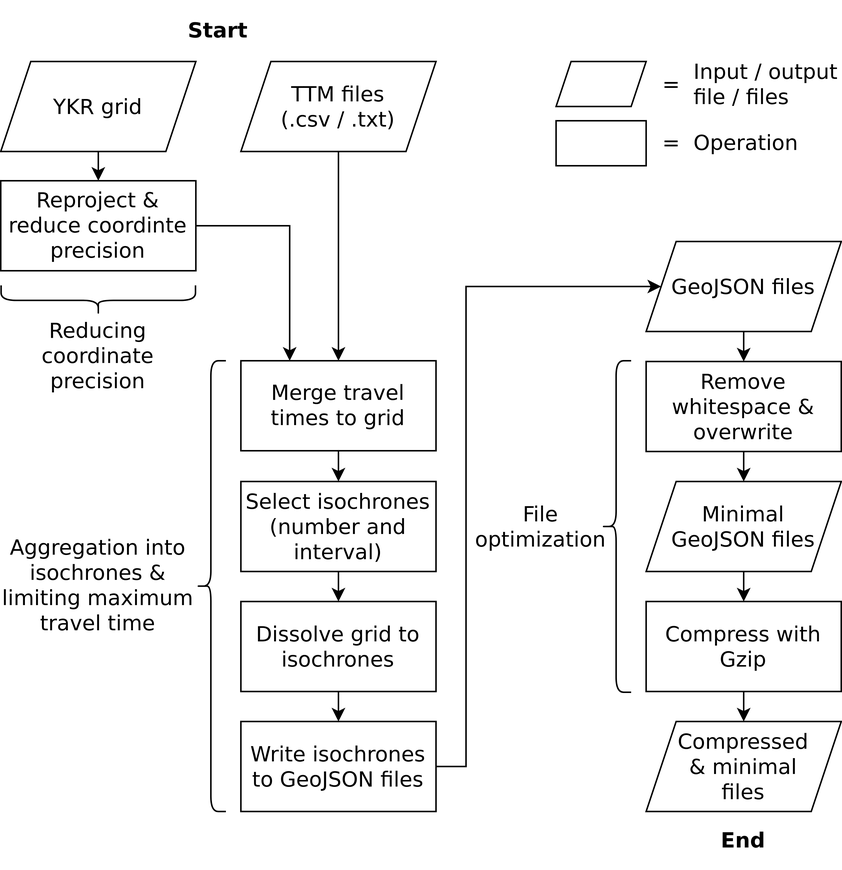
Earlier version of the draw.io export thesis/visual/figures/diagrams/preprocessing.png (eemilhaa/thesis). Source tidied: cells renumbered, new cells last; positions are measured from the earlier drawing's top-left corner, leaving out a move shared by most shapes.
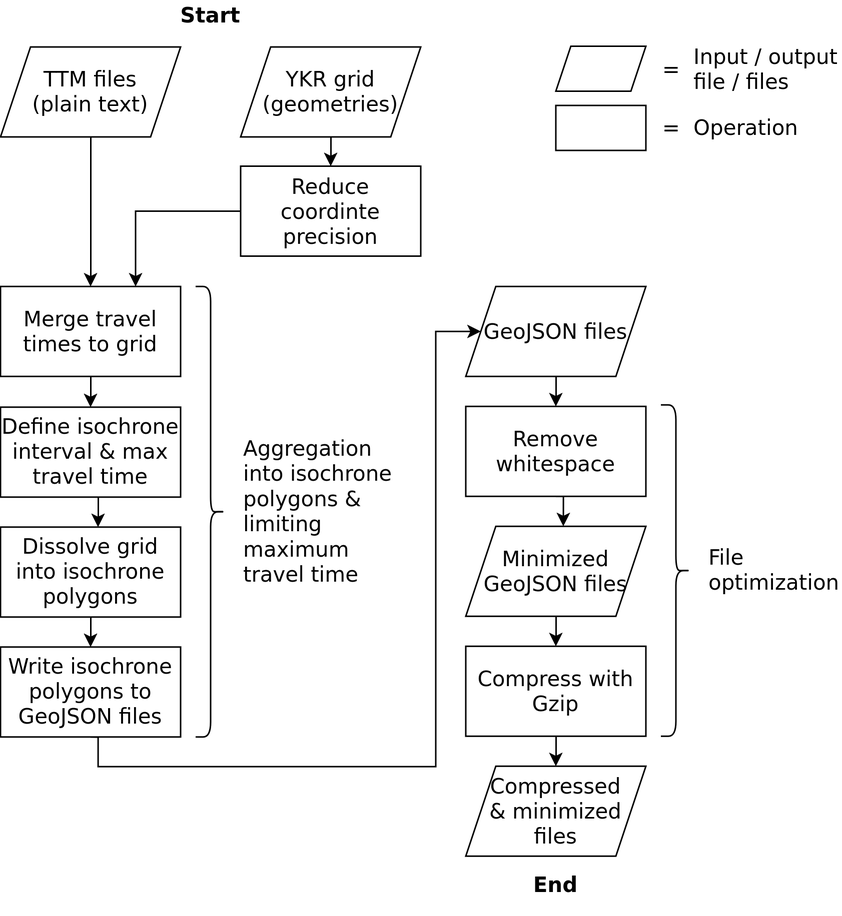
The same diagram one commit later.

Diff of the diagram source:
```diff
@@ -2,126 +2,125 @@
   <root>
     <mxCell id="0" />
     <mxCell id="1" parent="0" />
+    <mxCell id="39" style="rounded=0;whiteSpace=wrap;html=1;strokeColor=none;" parent="1" vertex="1">
+      <mxGeometry width="560" height="610" as="geometry" />
+    </mxCell>
     <mxCell id="2" style="edgeStyle=orthogonalEdgeStyle;rounded=0;jettySize=auto;html=1;exitX=0.5;exitY=1;exitDx=0;exitDy=0;entryX=0.5;entryY=0;entryDx=0;entryDy=0;fontFamily=Dejavu sans;" parent="1" edge="1" source="3" target="5">
       <mxGeometry relative="1" as="geometry" />
     </mxCell>
-    <mxCell id="3" value="YKR grid" style="shape=parallelogram;perimeter=parallelogramPerimeter;whiteSpace=wrap;html=1;fixedSize=1;fontFamily=Dejavu sans;fontSize=14;" parent="1" vertex="1">
-      <mxGeometry y="40.5" width="130" height="60" as="geometry" />
+    <mxCell id="3" value="&lt;div&gt;YKR grid&lt;/div&gt;&lt;div&gt;(geometries)&lt;br&gt;&lt;/div&gt;" style="shape=parallelogram;perimeter=parallelogramPerimeter;whiteSpace=wrap;html=1;fixedSize=1;fontFamily=Dejavu sans;fontSize=14;" parent="1" vertex="1">
+      <mxGeometry x="160" y="31" width="120" height="60" as="geometry" />
     </mxCell>
-    <mxCell id="4" style="edgeStyle=orthogonalEdgeStyle;rounded=0;jettySize=auto;html=1;exitX=1;exitY=0.5;exitDx=0;exitDy=0;entryX=0.25;entryY=0;entryDx=0;entryDy=0;fontFamily=Dejavu sans;" parent="1" edge="1" source="5" target="8">
+    <mxCell id="4" style="edgeStyle=orthogonalEdgeStyle;rounded=0;jettySize=auto;html=1;exitX=0;exitY=0.5;exitDx=0;exitDy=0;entryX=0.75;entryY=0;entryDx=0;entryDy=0;" parent="1" edge="1" source="5" target="8">
       <mxGeometry relative="1" as="geometry" />
     </mxCell>
-    <mxCell id="5" value="Reproject &amp;amp; reduce coordinte precision" style="rounded=0;whiteSpace=wrap;html=1;fontFamily=Dejavu sans;shadow=0;fontSize=14;" parent="1" vertex="1">
-      <mxGeometry y="120" width="130" height="60" as="geometry" />
+    <mxCell id="5" value="Reduce coordinte precision" style="rounded=0;whiteSpace=wrap;html=1;fontFamily=Dejavu sans;shadow=0;fontSize=14;" parent="1" vertex="1">
+      <mxGeometry x="160" y="110.5" width="120" height="60" as="geometry" />
     </mxCell>
     <mxCell id="6" style="edgeStyle=orthogonalEdgeStyle;rounded=0;orthogonalLoop=1;jettySize=auto;html=1;exitX=0.5;exitY=1;exitDx=0;exitDy=0;entryX=0.5;entryY=0;entryDx=0;entryDy=0;fontFamily=Dejavu sans;" parent="1" edge="1">
       <mxGeometry relative="1" as="geometry">
-        <mxPoint x="225" y="380.5" as="sourcePoint" />
-        <mxPoint x="225" y="400.5" as="targetPoint" />
+        <mxPoint x="65" y="331.3" as="sourcePoint" />
+        <mxPoint x="65" y="351.3" as="targetPoint" />
       </mxGeometry>
     </mxCell>
     <mxCell id="7" style="edgeStyle=orthogonalEdgeStyle;rounded=0;jettySize=auto;html=1;exitX=0.5;exitY=1;exitDx=0;exitDy=0;entryX=0.5;entryY=0;entryDx=0;entryDy=0;" parent="1" edge="1" source="8" target="35">
       <mxGeometry relative="1" as="geometry" />
     </mxCell>
     <mxCell id="8" value="Merge travel times to grid" style="rounded=0;whiteSpace=wrap;html=1;fontFamily=Dejavu sans;shadow=0;fontSize=14;" parent="1" vertex="1">
-      <mxGeometry x="160" y="240" width="130" height="60" as="geometry" />
+      <mxGeometry y="190.8" width="120" height="60" as="geometry" />
     </mxCell>
-    <mxCell id="9" style="edgeStyle=orthogonalEdgeStyle;rounded=0;jettySize=auto;html=1;exitX=0.5;exitY=1;exitDx=0;exitDy=0;entryX=0.5;entryY=0;entryDx=0;entryDy=0;fontFamily=Dejavu sans;" parent="1" edge="1" source="10" target="8">
+    <mxCell id="9" style="edgeStyle=orthogonalEdgeStyle;rounded=0;jettySize=auto;html=1;exitX=0.5;exitY=1;exitDx=0;exitDy=0;entryX=0.5;entryY=0;entryDx=0;entryDy=0;" parent="1" edge="1" source="10" target="8">
       <mxGeometry relative="1" as="geometry" />
     </mxCell>
-    <mxCell id="10" value="&lt;div style=&quot;font-size: 14px;&quot;&gt;&lt;font style=&quot;font-size: 14px;&quot;&gt;TTM files&lt;/font&gt;&lt;/div&gt;&lt;div style=&quot;font-size: 14px;&quot;&gt;&lt;font style=&quot;font-size: 14px;&quot;&gt;(.csv / .txt)&lt;br&gt;&lt;/font&gt;&lt;/div&gt;" style="shape=parallelogram;perimeter=parallelogramPerimeter;whiteSpace=wrap;html=1;fixedSize=1;fontFamily=Dejavu sans;" parent="1" vertex="1">
-      <mxGeometry x="160" y="40.5" width="130" height="60" as="geometry" />
+    <mxCell id="10" value="&lt;div style=&quot;font-size: 14px;&quot;&gt;&lt;font style=&quot;font-size: 14px;&quot;&gt;TTM files&lt;/font&gt;&lt;/div&gt;&lt;div style=&quot;font-size: 14px;&quot;&gt;&lt;font style=&quot;font-size: 14px;&quot;&gt;(plain text)&lt;br&gt;&lt;/font&gt;&lt;/div&gt;" style="shape=parallelogram;perimeter=parallelogramPerimeter;whiteSpace=wrap;html=1;fixedSize=1;fontFamily=Dejavu sans;" parent="1" vertex="1">
+      <mxGeometry y="31" width="120" height="60" as="geometry" />
     </mxCell>
     <mxCell id="11" style="edgeStyle=orthogonalEdgeStyle;rounded=0;jettySize=auto;html=1;exitX=0.5;exitY=1;exitDx=0;exitDy=0;entryX=0.5;entryY=0;entryDx=0;entryDy=0;fontFamily=Dejavu sans;" parent="1" edge="1" source="12" target="19">
       <mxGeometry relative="1" as="geometry" />
     </mxCell>
     <mxCell id="12" value="GeoJSON files" style="shape=parallelogram;perimeter=parallelogramPerimeter;whiteSpace=wrap;html=1;fixedSize=1;fontFamily=Dejavu sans;fontSize=14;" parent="1" vertex="1">
-      <mxGeometry x="430" y="160.5" width="130" height="60" as="geometry" />
+      <mxGeometry x="310" y="190.8" width="120" height="60" as="geometry" />
     </mxCell>
     <mxCell id="13" style="edgeStyle=orthogonalEdgeStyle;rounded=0;jettySize=auto;html=1;exitX=0.5;exitY=1;exitDx=0;exitDy=0;entryX=0.5;entryY=0;entryDx=0;entryDy=0;fontFamily=Dejavu sans;" parent="1" edge="1" source="14" target="17">
       <mxGeometry relative="1" as="geometry" />
     </mxCell>
-    <mxCell id="14" value="Dissolve grid to isochrones" style="rounded=0;whiteSpace=wrap;html=1;fontFamily=Dejavu sans;shadow=0;fontSize=14;" parent="1" vertex="1">
-      <mxGeometry x="160" y="400.5" width="130" height="60" as="geometry" />
+    <mxCell id="14" value="Dissolve grid into isochrone polygons" style="rounded=0;whiteSpace=wrap;html=1;fontFamily=Dejavu sans;shadow=0;fontSize=14;" parent="1" vertex="1">
+      <mxGeometry y="351.3" width="120" height="60" as="geometry" />
     </mxCell>
-    <mxCell id="15" value="Aggregation into isochrones &amp;amp; limiting maximum travel time" style="text;html=1;strokeColor=none;fillColor=none;align=center;verticalAlign=middle;whiteSpace=wrap;rounded=0;fontFamily=Dejavu sans;fontSize=14;" parent="1" vertex="1">
-      <mxGeometry y="362.8" width="130" height="55" as="geometry" />
+    <mxCell id="15" value="Aggregation into isochrone polygons &amp;amp; limiting maximum travel time" style="text;html=1;strokeColor=none;fillColor=none;align=left;verticalAlign=middle;whiteSpace=wrap;rounded=0;fontFamily=Dejavu sans;fontSize=14;" parent="1" vertex="1">
+      <mxGeometry x="160" y="301" width="110" height="80" as="geometry" />
     </mxCell>
-    <mxCell id="16" style="edgeStyle=orthogonalEdgeStyle;rounded=0;jettySize=auto;html=1;exitX=1;exitY=0.5;exitDx=0;exitDy=0;entryX=0;entryY=0.5;entryDx=0;entryDy=0;fontFamily=Dejavu sans;" parent="1" edge="1" source="17" target="12">
+    <mxCell id="16" style="edgeStyle=orthogonalEdgeStyle;rounded=0;jettySize=auto;html=1;exitX=0.5;exitY=1;exitDx=0;exitDy=0;entryX=0;entryY=0.5;entryDx=0;entryDy=0;" parent="1" edge="1" source="17" target="12">
       <mxGeometry relative="1" as="geometry">
         <Array as="points">
-          <mxPoint x="310" y="510" />
-          <mxPoint x="310" y="190" />
+          <mxPoint x="65" y="491" />
+          <mxPoint x="65" y="511" />
+          <mxPoint x="290" y="511" />
+          <mxPoint x="290" y="221" />
         </Array>
       </mxGeometry>
     </mxCell>
-    <mxCell id="17" value="Write isochrones to GeoJSON files" style="rounded=0;whiteSpace=wrap;html=1;fontFamily=Dejavu sans;shadow=0;fontSize=14;" parent="1" vertex="1">
-      <mxGeometry x="160" y="480.5" width="130" height="60" as="geometry" />
+    <mxCell id="17" value="Write isochrone polygons to GeoJSON files" style="rounded=0;whiteSpace=wrap;html=1;fontFamily=Dejavu sans;shadow=0;fontSize=14;" parent="1" vertex="1">
+      <mxGeometry y="431.2" width="120" height="60" as="geometry" />
     </mxCell>
     <mxCell id="18" style="edgeStyle=orthogonalEdgeStyle;rounded=0;jettySize=auto;html=1;exitX=0.5;exitY=1;exitDx=0;exitDy=0;entryX=0.5;entryY=0;entryDx=0;entryDy=0;fontFamily=Dejavu sans;" parent="1" edge="1" source="19">
       <mxGeometry relative="1" as="geometry">
-        <mxPoint x="495" y="320.5" as="targetPoint" />
+        <mxPoint x="375" y="350.8" as="targetPoint" />
       </mxGeometry>
     </mxCell>
-    <mxCell id="19" value="Remove whitespace &amp;amp; overwrite " style="rounded=0;whiteSpace=wrap;html=1;fontFamily=Dejavu sans;shadow=0;fontSize=14;align=center;" parent="1" vertex="1">
-      <mxGeometry x="430" y="240.5" width="130" height="60" as="geometry" />
+    <mxCell id="19" value="Remove whitespace" style="rounded=0;whiteSpace=wrap;html=1;fontFamily=Dejavu sans;shadow=0;fontSize=14;align=center;" parent="1" vertex="1">
+      <mxGeometry x="310" y="270.8" width="120" height="60" as="geometry" />
     </mxCell>
-    <mxCell id="20" style="shape=curlyBracket;whiteSpace=wrap;html=1;rounded=1;labelPosition=left;verticalLabelPosition=middle;align=right;verticalAlign=middle;fontFamily=Dejavu sans;" parent="1" vertex="1">
-      <mxGeometry x="130" y="240" width="20" height="300.5" as="geometry" />
+    <mxCell id="20" style="shape=curlyBracket;whiteSpace=wrap;html=1;rounded=1;labelPosition=left;verticalLabelPosition=middle;align=right;verticalAlign=middle;fontFamily=Dejavu sans;rotation=-180;" parent="1" vertex="1">
+      <mxGeometry x="130" y="190.8" width="20" height="300.5" as="geometry" />
     </mxCell>
     <mxCell id="21" style="edgeStyle=orthogonalEdgeStyle;rounded=0;jettySize=auto;html=1;exitX=0.5;exitY=1;exitDx=0;exitDy=0;entryX=0.5;entryY=0;entryDx=0;entryDy=0;fontFamily=Dejavu sans;" parent="1" edge="1" source="22" target="25">
       <mxGeometry relative="1" as="geometry" />
     </mxCell>
     <mxCell id="22" value="Compress with Gzip" style="rounded=0;whiteSpace=wrap;html=1;fontFamily=Dejavu sans;shadow=0;fontSize=14;" parent="1" vertex="1">
-      <mxGeometry x="430" y="400.5" width="130" height="60" as="geometry" />
+      <mxGeometry x="310" y="430.8" width="120" height="60" as="geometry" />
     </mxCell>
     <mxCell id="23" style="edgeStyle=orthogonalEdgeStyle;rounded=0;jettySize=auto;html=1;exitX=0.5;exitY=1;exitDx=0;exitDy=0;entryX=0.5;entryY=0;entryDx=0;entryDy=0;fontFamily=Dejavu sans;" parent="1" edge="1" source="24" target="22">
       <mxGeometry relative="1" as="geometry" />
     </mxCell>
-    <mxCell id="24" value="&lt;div&gt;Minimal&lt;/div&gt;&lt;div&gt;GeoJSON files&lt;br&gt;&lt;/div&gt;" style="shape=parallelogram;perimeter=parallelogramPerimeter;whiteSpace=wrap;html=1;fixedSize=1;fontFamily=Dejavu sans;fontSize=14;" parent="1" vertex="1">
-      <mxGeometry x="430" y="320.5" width="130" height="60" as="geometry" />
+    <mxCell id="24" value="&lt;div&gt;Minimized&lt;/div&gt;&lt;div&gt;GeoJSON files&lt;br&gt;&lt;/div&gt;" style="shape=parallelogram;perimeter=parallelogramPerimeter;whiteSpace=wrap;html=1;fixedSize=1;fontFamily=Dejavu sans;fontSize=14;" parent="1" vertex="1">
+      <mxGeometry x="310" y="350.8" width="120" height="60" as="geometry" />
     </mxCell>
-    <mxCell id="25" value="&lt;div&gt;Compressed&lt;/div&gt;&lt;div&gt;&amp;amp; minimal&lt;/div&gt;&lt;div&gt;files&lt;br&gt;&lt;/div&gt;" style="shape=parallelogram;perimeter=parallelogramPerimeter;whiteSpace=wrap;html=1;fixedSize=1;fontFamily=Dejavu sans;fontSize=14;" parent="1" vertex="1">
-      <mxGeometry x="430" y="480.5" width="130" height="60" as="geometry" />
+    <mxCell id="25" value="&lt;div&gt;Compressed&lt;/div&gt;&lt;div&gt;&amp;amp; minimized&lt;/div&gt;&lt;div&gt;files&lt;br&gt;&lt;/div&gt;" style="shape=parallelogram;perimeter=parallelogramPerimeter;whiteSpace=wrap;html=1;fixedSize=1;fontFamily=Dejavu sans;fontSize=14;" parent="1" vertex="1">
+      <mxGeometry x="310" y="510.8" width="120" height="60" as="geometry" />
     </mxCell>
     <mxCell id="26" style="shape=parallelogram;perimeter=parallelogramPerimeter;whiteSpace=wrap;html=1;fixedSize=1;fontFamily=Dejavu sans;size=10;" parent="1" vertex="1">
-      <mxGeometry x="370" y="40.5" width="60" height="30" as="geometry" />
+      <mxGeometry x="370" y="30.5" width="60" height="30" as="geometry" />
     </mxCell>
     <mxCell id="27" style="rounded=0;whiteSpace=wrap;html=1;fontFamily=Dejavu sans;shadow=0;fontSize=14;" parent="1" vertex="1">
-      <mxGeometry x="370" y="80" width="60" height="30" as="geometry" />
+      <mxGeometry x="370" y="70" width="60" height="30" as="geometry" />
     </mxCell>
     <mxCell id="28" value="&lt;div&gt;Input / output&lt;/div&gt;&lt;div&gt;file / files&lt;/div&gt;" style="text;html=1;strokeColor=none;fillColor=none;align=left;verticalAlign=middle;whiteSpace=wrap;rounded=0;fontSize=14;fontFamily=Dejavu sans;" parent="1" vertex="1">
-      <mxGeometry x="460" y="41" width="100" height="30" as="geometry" />
+      <mxGeometry x="460" y="31" width="100" height="30" as="geometry" />
     </mxCell>
     <mxCell id="29" value="Operation" style="text;html=1;strokeColor=none;fillColor=none;align=left;verticalAlign=middle;whiteSpace=wrap;rounded=0;fontSize=14;fontFamily=Dejavu sans;" parent="1" vertex="1">
-      <mxGeometry x="460" y="80" width="100" height="30" as="geometry" />
+      <mxGeometry x="460" y="70" width="100" height="30" as="geometry" />
     </mxCell>
-    <mxCell id="30" style="shape=curlyBracket;whiteSpace=wrap;html=1;rounded=1;labelPosition=left;verticalLabelPosition=middle;align=right;verticalAlign=middle;rotation=0;fontFamily=Dejavu sans;" parent="1" vertex="1">
-      <mxGeometry x="400" y="240" width="20" height="221" as="geometry" />
+    <mxCell id="30" style="shape=curlyBracket;whiteSpace=wrap;html=1;rounded=1;labelPosition=left;verticalLabelPosition=middle;align=right;verticalAlign=middle;rotation=-180;fontFamily=Dejavu sans;" parent="1" vertex="1">
+      <mxGeometry x="440" y="269.8" width="20" height="221" as="geometry" />
     </mxCell>
     <mxCell id="31" value="Start" style="text;html=1;strokeColor=none;fillColor=none;align=center;verticalAlign=middle;whiteSpace=wrap;rounded=0;fontSize=14;fontStyle=1;fontFamily=Dejavu sans;" parent="1" vertex="1">
-      <mxGeometry width="290" height="40" as="geometry" />
+      <mxGeometry width="280" height="20" as="geometry" />
     </mxCell>
     <mxCell id="32" value="End" style="text;html=1;strokeColor=none;fillColor=none;align=center;verticalAlign=middle;whiteSpace=wrap;rounded=0;fontSize=14;fontStyle=1;fontFamily=Dejavu sans;" parent="1" vertex="1">
-      <mxGeometry x="430" y="540.5" width="130" height="39.5" as="geometry" />
+      <mxGeometry x="310" y="580" width="120" height="19.2" as="geometry" />
     </mxCell>
     <mxCell id="33" value="=" style="text;html=1;strokeColor=none;fillColor=none;align=right;verticalAlign=middle;whiteSpace=wrap;rounded=0;fontSize=14;fontFamily=Dejavu sans;" parent="1" vertex="1">
-      <mxGeometry x="415" y="80" width="40" height="30" as="geometry" />
+      <mxGeometry x="415" y="70" width="40" height="30" as="geometry" />
     </mxCell>
     <mxCell id="34" value="=" style="text;html=1;strokeColor=none;fillColor=none;align=right;verticalAlign=middle;whiteSpace=wrap;rounded=0;fontSize=14;fontFamily=Dejavu sans;" parent="1" vertex="1">
-      <mxGeometry x="415" y="40.5" width="40" height="30" as="geometry" />
+      <mxGeometry x="415" y="30.5" width="40" height="30" as="geometry" />
     </mxCell>
-    <mxCell id="35" value="Select isochrones (number and interval)" style="rounded=0;whiteSpace=wrap;html=1;fontFamily=Dejavu sans;shadow=0;fontSize=14;" parent="1" vertex="1">
-      <mxGeometry x="160" y="320.5" width="130" height="60" as="geometry" />
+    <mxCell id="35" value="Define isochrone interval &amp;amp; max travel time" style="rounded=0;whiteSpace=wrap;html=1;fontFamily=Dejavu sans;shadow=0;fontSize=14;" parent="1" vertex="1">
+      <mxGeometry y="271.2" width="120" height="60" as="geometry" />
     </mxCell>
-    <mxCell id="36" value="File optimization" style="text;html=1;strokeColor=none;fillColor=none;align=center;verticalAlign=middle;whiteSpace=wrap;rounded=0;fontFamily=Dejavu sans;fontSize=14;" parent="1" vertex="1">
-      <mxGeometry x="330" y="331.4" width="60" height="38.2" as="geometry" />
+    <mxCell id="36" value="File optimization" style="text;html=1;strokeColor=none;fillColor=none;align=left;verticalAlign=middle;whiteSpace=wrap;rounded=0;fontFamily=Dejavu sans;fontSize=14;" parent="1" vertex="1">
+      <mxGeometry x="470" y="361.1" width="60" height="38.2" as="geometry" />
     </mxCell>
-    <mxCell id="37" style="shape=curlyBracket;whiteSpace=wrap;html=1;rounded=1;labelPosition=left;verticalLabelPosition=middle;align=right;verticalAlign=middle;fontFamily=Dejavu sans;rotation=-90;" parent="1" vertex="1">
-      <mxGeometry x="55" y="135" width="20" height="129.5" as="geometry" />
-    </mxCell>
-    <mxCell id="38" value="Reducing coordinate precision" style="text;html=1;strokeColor=none;fillColor=none;align=center;verticalAlign=middle;whiteSpace=wrap;rounded=0;fontFamily=Dejavu sans;fontSize=14;" parent="1" vertex="1">
-      <mxGeometry y="209.5" width="130" height="55" as="geometry" />
-    </mxCell>
   </root>
 </mxGraphModel>
```
